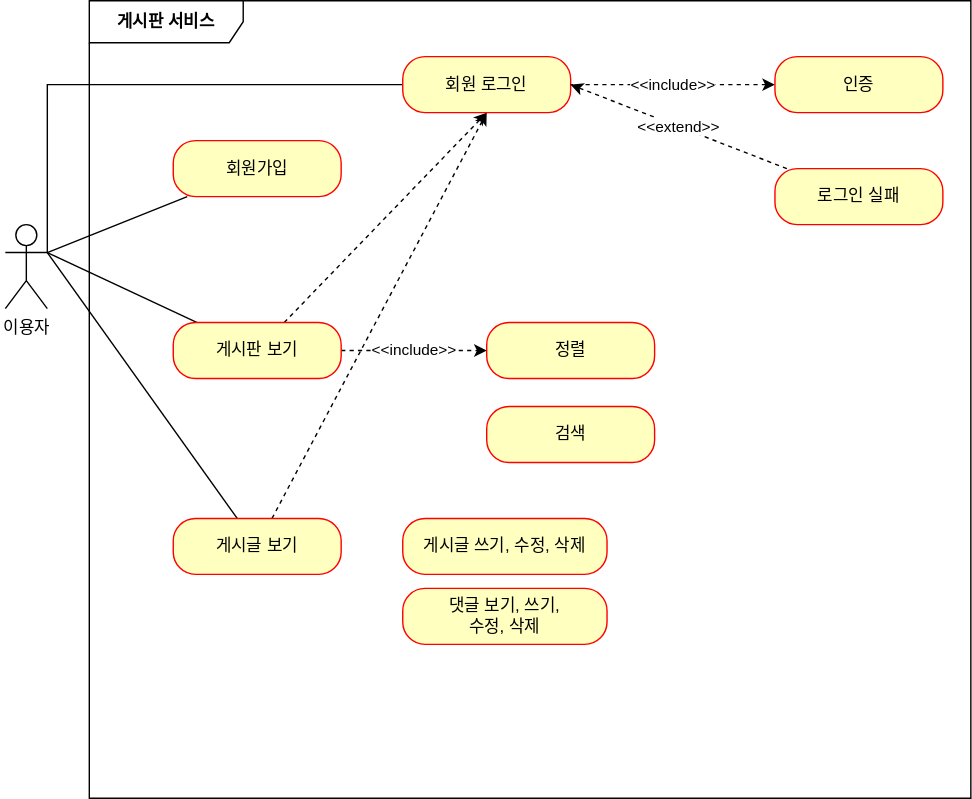
Before: document/usecase diagram.drawio.svg, a diagram exported from draw.io (k1064190/fastcampus-project-board). Source tidied: cells renumbered, new cells last; positions are measured from the earlier drawing's top-left corner, leaving out a move shared by most shapes.
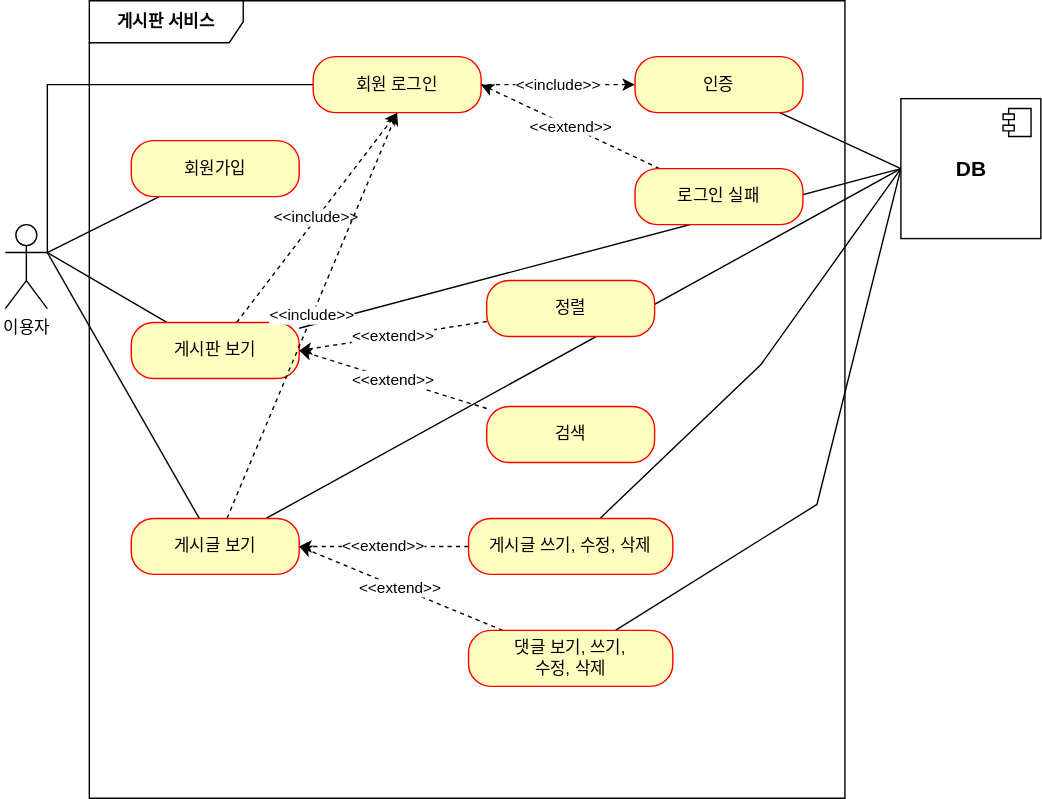
After the change.

What changed in the source:
```diff
@@ -6,34 +6,37 @@
       <mxGeometry y="160" width="30" height="60" as="geometry" />
     </mxCell>
     <mxCell id="3" value="게시판 서비스" style="shape=umlFrame;whiteSpace=wrap;html=1;width=110;height=30;fontStyle=1;" parent="1" vertex="1">
-      <mxGeometry x="60" width="630" height="570" as="geometry" />
+      <mxGeometry x="60" width="540" height="570" as="geometry" />
     </mxCell>
     <mxCell id="4" style="rounded=0;jettySize=auto;html=1;entryX=1;entryY=0.3333333333333333;entryDx=0;entryDy=0;entryPerimeter=0;endArrow=none;endFill=0;" parent="1" edge="1" source="5" target="2">
       <mxGeometry relative="1" as="geometry" />
     </mxCell>
     <mxCell id="5" value="회원가입" style="rounded=1;whiteSpace=wrap;html=1;arcSize=40;fontColor=#000000;fillColor=#ffffc0;strokeColor=#ff0000;" parent="1" vertex="1">
-      <mxGeometry x="120" y="100" width="120" height="40" as="geometry" />
+      <mxGeometry x="90" y="100" width="120" height="40" as="geometry" />
     </mxCell>
     <mxCell id="6" style="edgeStyle=none;rounded=0;jettySize=auto;html=1;endArrow=none;endFill=0;entryX=1;entryY=0.3333333333333333;entryDx=0;entryDy=0;entryPerimeter=0;" parent="1" edge="1" source="9" target="2">
       <mxGeometry relative="1" as="geometry" />
     </mxCell>
-    <mxCell id="7" value="&amp;lt;&amp;lt;include&amp;gt;&amp;gt;" style="edgeStyle=none;rounded=0;jettySize=auto;html=1;entryX=0;entryY=0.5;entryDx=0;entryDy=0;dashed=1;startArrow=none;startFill=0;endArrow=classic;endFill=1;" parent="1" edge="1" source="9" target="19">
-      <mxGeometry relative="1" as="geometry" />
-    </mxCell>
-    <mxCell id="8" style="edgeStyle=none;rounded=0;jettySize=auto;html=1;entryX=0.5;entryY=1;entryDx=0;entryDy=0;dashed=1;startArrow=none;startFill=0;endArrow=classic;endFill=1;" parent="1" edge="1" source="9" target="14">
+    <mxCell id="8" value="&amp;lt;&amp;lt;include&amp;gt;&amp;gt;" style="edgeStyle=none;rounded=0;jettySize=auto;html=1;entryX=0.5;entryY=1;entryDx=0;entryDy=0;dashed=1;startArrow=none;startFill=0;endArrow=classic;endFill=1;" parent="1" edge="1" source="9" target="14">
       <mxGeometry relative="1" as="geometry" />
     </mxCell>
+    <mxCell id="23" style="edgeStyle=none;rounded=0;jettySize=auto;html=1;entryX=0;entryY=0.5;entryDx=0;entryDy=0;fontSize=15;startArrow=none;startFill=0;endArrow=none;endFill=0;" parent="1" edge="1" source="9" target="32">
+      <mxGeometry relative="1" as="geometry" />
+    </mxCell>
     <mxCell id="9" value="게시판 보기" style="rounded=1;whiteSpace=wrap;html=1;arcSize=40;fontColor=#000000;fillColor=#ffffc0;strokeColor=#ff0000;" parent="1" vertex="1">
-      <mxGeometry x="120" y="230" width="120" height="40" as="geometry" />
+      <mxGeometry x="90" y="230" width="120" height="40" as="geometry" />
     </mxCell>
     <mxCell id="10" style="edgeStyle=none;rounded=0;jettySize=auto;html=1;endArrow=none;endFill=0;entryX=1;entryY=0.3333333333333333;entryDx=0;entryDy=0;entryPerimeter=0;" parent="1" edge="1" source="12" target="2">
       <mxGeometry relative="1" as="geometry" />
     </mxCell>
-    <mxCell id="11" style="edgeStyle=none;rounded=0;jettySize=auto;html=1;entryX=0.5;entryY=1;entryDx=0;entryDy=0;dashed=1;startArrow=none;startFill=0;endArrow=classic;endFill=1;" parent="1" edge="1" source="12" target="14">
+    <mxCell id="11" value="&amp;lt;&amp;lt;include&amp;gt;&amp;gt;" style="edgeStyle=none;rounded=0;jettySize=auto;html=1;entryX=0.5;entryY=1;entryDx=0;entryDy=0;dashed=1;startArrow=none;startFill=0;endArrow=classic;endFill=1;" parent="1" edge="1" source="12" target="14">
       <mxGeometry relative="1" as="geometry" />
     </mxCell>
+    <mxCell id="24" style="edgeStyle=none;rounded=0;jettySize=auto;html=1;entryX=0;entryY=0.5;entryDx=0;entryDy=0;fontSize=15;startArrow=none;startFill=0;endArrow=none;endFill=0;" parent="1" edge="1" source="12" target="32">
+      <mxGeometry relative="1" as="geometry" />
+    </mxCell>
     <mxCell id="12" value="게시글 보기" style="rounded=1;whiteSpace=wrap;html=1;arcSize=40;fontColor=#000000;fillColor=#ffffc0;strokeColor=#ff0000;" parent="1" vertex="1">
-      <mxGeometry x="120" y="370" width="120" height="40" as="geometry" />
+      <mxGeometry x="90" y="370" width="120" height="40" as="geometry" />
     </mxCell>
     <mxCell id="13" style="edgeStyle=orthogonalEdgeStyle;rounded=0;jettySize=auto;html=1;endArrow=none;endFill=0;" parent="1" edge="1" source="14">
       <mxGeometry relative="1" as="geometry">
@@ -41,31 +44,68 @@
       </mxGeometry>
     </mxCell>
     <mxCell id="14" value="회원 로그인" style="rounded=1;whiteSpace=wrap;html=1;arcSize=40;fontColor=#000000;fillColor=#ffffc0;strokeColor=#ff0000;" parent="1" vertex="1">
-      <mxGeometry x="284" y="40" width="120" height="40" as="geometry" />
+      <mxGeometry x="220" y="40" width="120" height="40" as="geometry" />
     </mxCell>
     <mxCell id="15" value="&amp;lt;&amp;lt;include&amp;gt;&amp;gt;" style="rounded=0;jettySize=auto;html=1;entryX=1;entryY=0.5;entryDx=0;entryDy=0;endArrow=none;endFill=0;dashed=1;startArrow=classic;startFill=1;" parent="1" edge="1" source="16" target="14">
       <mxGeometry relative="1" as="geometry" />
     </mxCell>
+    <mxCell id="25" style="edgeStyle=none;rounded=0;jettySize=auto;html=1;fontSize=15;startArrow=none;startFill=0;endArrow=none;endFill=0;entryX=0;entryY=0.5;entryDx=0;entryDy=0;" parent="1" edge="1" source="16" target="32">
+      <mxGeometry relative="1" as="geometry" />
+    </mxCell>
     <mxCell id="16" value="인증" style="rounded=1;whiteSpace=wrap;html=1;arcSize=40;fontColor=#000000;fillColor=#ffffc0;strokeColor=#ff0000;" parent="1" vertex="1">
-      <mxGeometry x="550" y="40" width="120" height="40" as="geometry" />
+      <mxGeometry x="450" y="40" width="120" height="40" as="geometry" />
     </mxCell>
     <mxCell id="17" value="&amp;lt;&amp;lt;extend&amp;gt;&amp;gt;" style="edgeStyle=none;rounded=0;jettySize=auto;html=1;entryX=1;entryY=0.5;entryDx=0;entryDy=0;endArrow=classic;endFill=1;dashed=1;" parent="1" edge="1" source="18" target="14">
       <mxGeometry relative="1" as="geometry" />
     </mxCell>
     <mxCell id="18" value="로그인 실패" style="rounded=1;whiteSpace=wrap;html=1;arcSize=40;fontColor=#000000;fillColor=#ffffc0;strokeColor=#ff0000;" parent="1" vertex="1">
-      <mxGeometry x="550" y="120" width="120" height="40" as="geometry" />
+      <mxGeometry x="450" y="120" width="120" height="40" as="geometry" />
     </mxCell>
+    <mxCell id="26" value="&amp;lt;&amp;lt;extend&amp;gt;&amp;gt;" style="edgeStyle=none;rounded=0;jettySize=auto;html=1;entryX=1;entryY=0.5;entryDx=0;entryDy=0;dashed=1;startArrow=none;startFill=0;endArrow=classic;endFill=1;" parent="1" edge="1" source="19" target="9">
+      <mxGeometry relative="1" as="geometry" />
+    </mxCell>
     <mxCell id="19" value="정렬" style="rounded=1;whiteSpace=wrap;html=1;arcSize=40;fontColor=#000000;fillColor=#ffffc0;strokeColor=#ff0000;" parent="1" vertex="1">
-      <mxGeometry x="344" y="230" width="120" height="40" as="geometry" />
+      <mxGeometry x="344" y="200" width="120" height="40" as="geometry" />
     </mxCell>
+    <mxCell id="27" value="&amp;lt;&amp;lt;extend&amp;gt;&amp;gt;" style="edgeStyle=none;rounded=0;jettySize=auto;html=1;entryX=1;entryY=0.5;entryDx=0;entryDy=0;dashed=1;startArrow=none;startFill=0;endArrow=classic;endFill=1;" parent="1" edge="1" source="20" target="9">
+      <mxGeometry relative="1" as="geometry" />
+    </mxCell>
     <mxCell id="20" value="검색" style="rounded=1;whiteSpace=wrap;html=1;arcSize=40;fontColor=#000000;fillColor=#ffffc0;strokeColor=#ff0000;" parent="1" vertex="1">
       <mxGeometry x="344" y="290" width="120" height="40" as="geometry" />
     </mxCell>
+    <mxCell id="28" value="&amp;lt;&amp;lt;extend&amp;gt;&amp;gt;" style="edgeStyle=none;rounded=0;jettySize=auto;html=1;entryX=1;entryY=0.5;entryDx=0;entryDy=0;dashed=1;startArrow=none;startFill=0;endArrow=classic;endFill=1;" parent="1" edge="1" source="21" target="12">
+      <mxGeometry relative="1" as="geometry" />
+    </mxCell>
+    <mxCell id="29" style="edgeStyle=none;rounded=0;jettySize=auto;html=1;entryX=0;entryY=0.5;entryDx=0;entryDy=0;fontSize=15;startArrow=none;startFill=0;endArrow=none;endFill=0;" parent="1" edge="1" source="21" target="32">
+      <mxGeometry relative="1" as="geometry">
+        <Array as="points">
+          <mxPoint x="540" y="260" />
+        </Array>
+      </mxGeometry>
+    </mxCell>
     <mxCell id="21" value="게시글 쓰기, 수정, 삭제" style="rounded=1;whiteSpace=wrap;html=1;arcSize=40;fontColor=#000000;fillColor=#ffffc0;strokeColor=#ff0000;" parent="1" vertex="1">
-      <mxGeometry x="284" y="370" width="146" height="40" as="geometry" />
+      <mxGeometry x="331" y="370" width="146" height="40" as="geometry" />
     </mxCell>
+    <mxCell id="30" value="&amp;lt;&amp;lt;extend&amp;gt;&amp;gt;" style="edgeStyle=none;rounded=0;jettySize=auto;html=1;entryX=1;entryY=0.5;entryDx=0;entryDy=0;dashed=1;startArrow=none;startFill=0;endArrow=classic;endFill=1;" parent="1" edge="1" source="22" target="12">
+      <mxGeometry relative="1" as="geometry" />
+    </mxCell>
+    <mxCell id="31" style="edgeStyle=none;rounded=0;jettySize=auto;html=1;entryX=0;entryY=0.5;entryDx=0;entryDy=0;fontSize=15;startArrow=none;startFill=0;endArrow=none;endFill=0;" parent="1" edge="1" source="22" target="32">
+      <mxGeometry relative="1" as="geometry">
+        <Array as="points">
+          <mxPoint x="580" y="360" />
+        </Array>
+      </mxGeometry>
+    </mxCell>
     <mxCell id="22" value="댓글 보기, 쓰기,&lt;br&gt;수정, 삭제" style="rounded=1;whiteSpace=wrap;html=1;arcSize=40;fontColor=#000000;fillColor=#ffffc0;strokeColor=#ff0000;" parent="1" vertex="1">
-      <mxGeometry x="284" y="420" width="146" height="40" as="geometry" />
+      <mxGeometry x="331" y="450" width="146" height="40" as="geometry" />
     </mxCell>
+    <mxCell id="32" value="DB" style="html=1;fontStyle=1;fontSize=15;" parent="1" vertex="1">
+      <mxGeometry x="640" y="70" width="100" height="100" as="geometry" />
+    </mxCell>
+    <mxCell id="33" style="shape=module;jettyWidth=8;jettyHeight=4;" parent="32" vertex="1">
+      <mxGeometry x="1" width="20" height="20" relative="1" as="geometry">
+        <mxPoint x="-27" y="7" as="offset" />
+      </mxGeometry>
+    </mxCell>
   </root>
 </mxGraphModel>
```
